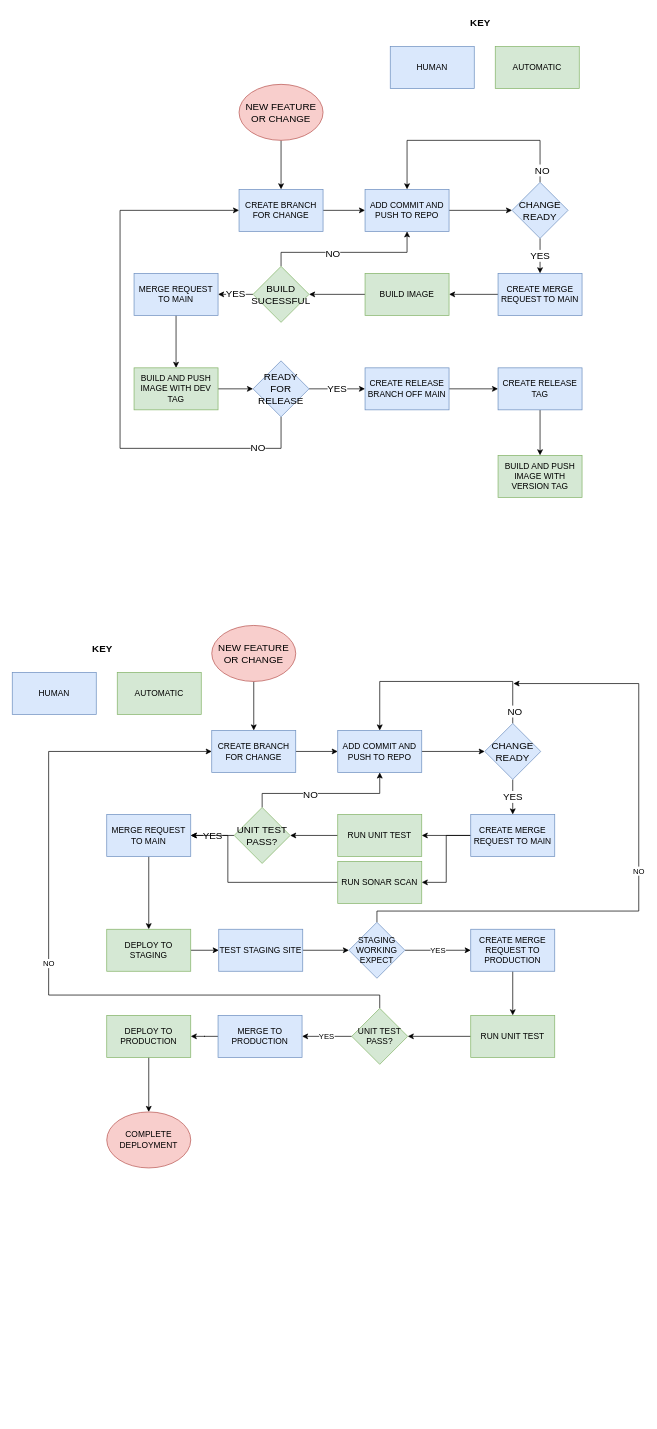
Earlier version of the draw.io diagram gitflow.drawio (quanhk711/dev-test-). Source tidied: cells renumbered, new cells numbered last; positions are measured from the earlier drawing's top-left corner, leaving out a move shared by most shapes. Both pictures are drawn from the tidied source at 70%, with x=0, y=0 at pixel (12, 12). Pictures stored in the file or linked from it are replaced by grey dashed boxes.
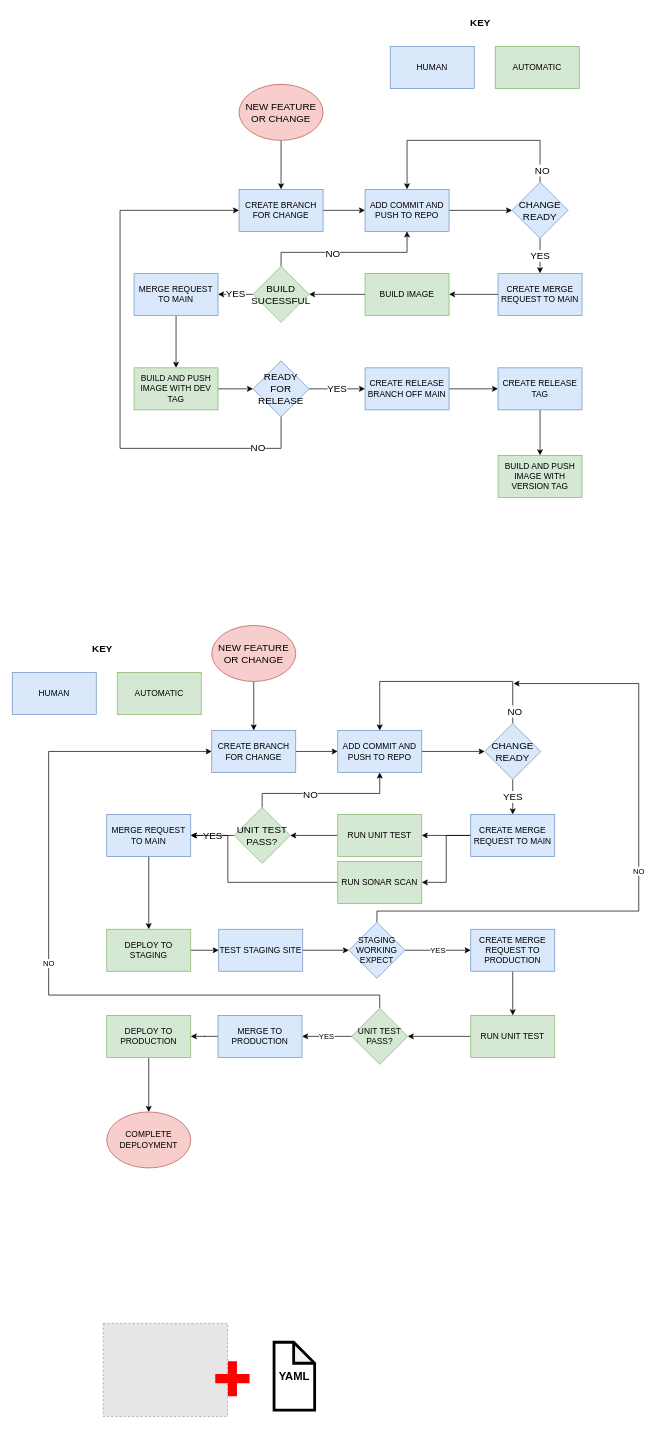
Above is the later version.

Commit message:
Cập nhật gitflow.drawio

Diff of the diagram source:
```diff
@@
+    <mxCell id="80" style="fillColor=#E6E6E6;strokeColor=#999999;dashed=1;verticalLabelPosition=bottom;labelBackgroundColor=default;verticalAlign=top;" parent="1" vertex="1">
+      <mxGeometry x="130" y="1873" width="177.6" height="133" as="geometry" />
+    </mxCell>
+    <mxCell id="81" value="&lt;b&gt;&lt;font style=&quot;font-size: 16px;&quot;&gt;YAML&lt;/font&gt;&lt;/b&gt;" style="shape=note;whiteSpace=wrap;html=1;backgroundOutline=1;darkOpacity=0.05;strokeWidth=4;" parent="1" vertex="1">
+      <mxGeometry x="374" y="1900" width="58" height="97" as="geometry" />
+    </mxCell>
+    <mxCell id="82" style="shape=cross;whiteSpace=wrap;html=1;strokeWidth=4;fontSize=16;fillColor=#FF0000;strokeColor=#FF0000;" parent="1" vertex="1">
+      <mxGeometry x="292" y="1929" width="45" height="46" as="geometry" />
+    </mxCell>
```
